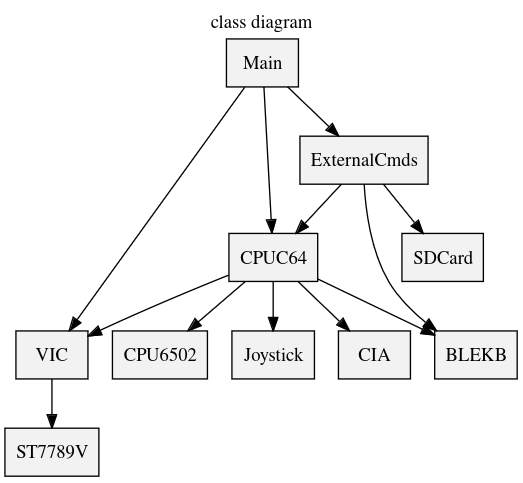
Before: doc/classdiagram.png, a diagram exported from Graphviz (retroelec/T-HMI-C64). Its source is kept beside it as doc/classdiagram.gv. Its diagram source:
```dot
digraph T_HMI_C64 {
  graph [
    label="class diagram"
    labelloc="t"
  ]
  node [
    shape=record
    style=filled
    fillcolor=gray95
  ]
  Main -> CPUC64
  Main -> ExternalCmds
  Main -> VIC
  ExternalCmds -> BLEKB
  ExternalCmds -> CPUC64
  ExternalCmds -> SDCard
  CPUC64 -> BLEKB
  CPUC64 -> CIA
  CPUC64 -> CPU6502
  CPUC64 -> Joystick
  CPUC64 -> VIC
  VIC -> ST7789V
}
```
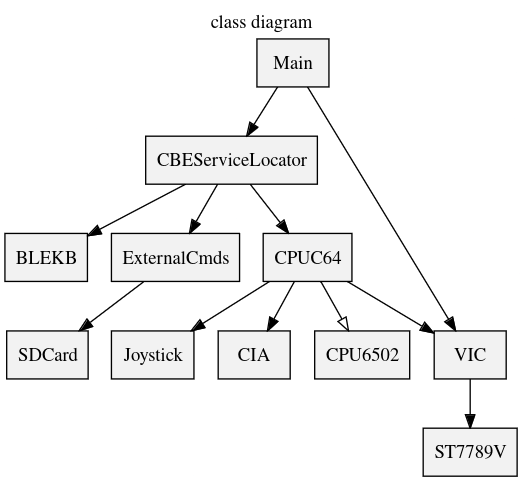
Above is the later version.

What changed in the source:
```diff
@@ -8,15 +8,14 @@
     style=filled
     fillcolor=gray95
   ]
-  Main -> CPUC64
-  Main -> ExternalCmds
+  Main -> CBEServiceLocator
+  CBEServiceLocator -> CPUC64
+  CBEServiceLocator -> BLEKB
+  CBEServiceLocator -> ExternalCmds
   Main -> VIC
-  ExternalCmds -> BLEKB
-  ExternalCmds -> CPUC64
   ExternalCmds -> SDCard
-  CPUC64 -> BLEKB
   CPUC64 -> CIA
-  CPUC64 -> CPU6502
+  CPUC64 -> CPU6502 [arrowhead = empty]
   CPUC64 -> Joystick
   CPUC64 -> VIC
   VIC -> ST7789V
```
